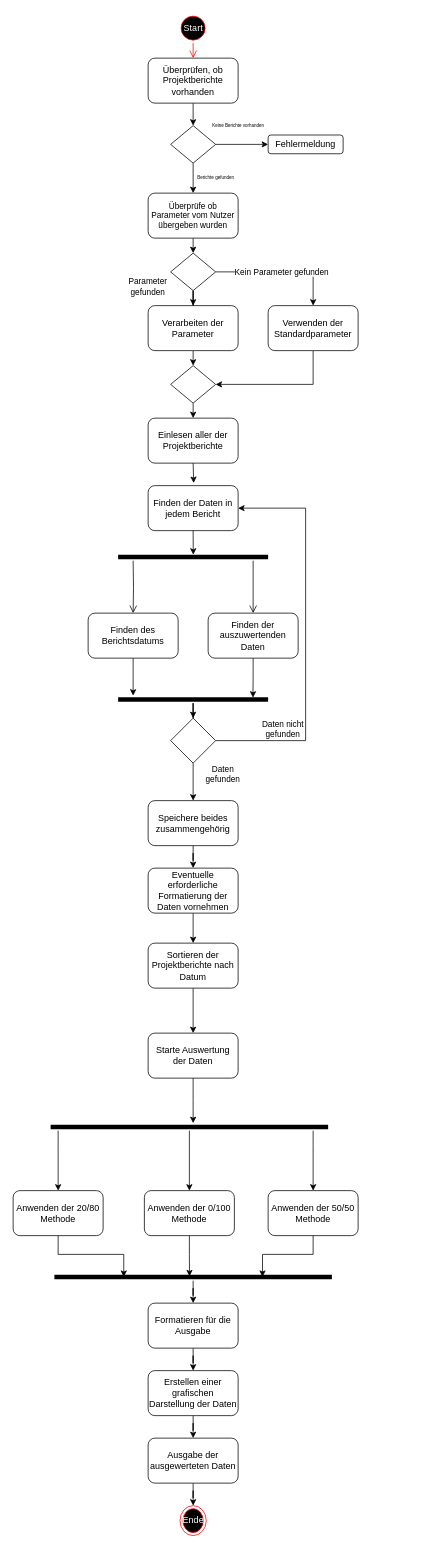
INKSec/Diagramme keeps this draw.io diagram as activity.drawio. Above is the earlier version. Source tidied: cells renumbered, new cells numbered last; positions are measured from the earlier drawing's top-left corner, leaving out a move shared by most shapes. Both pictures are drawn from the tidied source at 75%, with x=0, y=0 at pixel (13, 13).
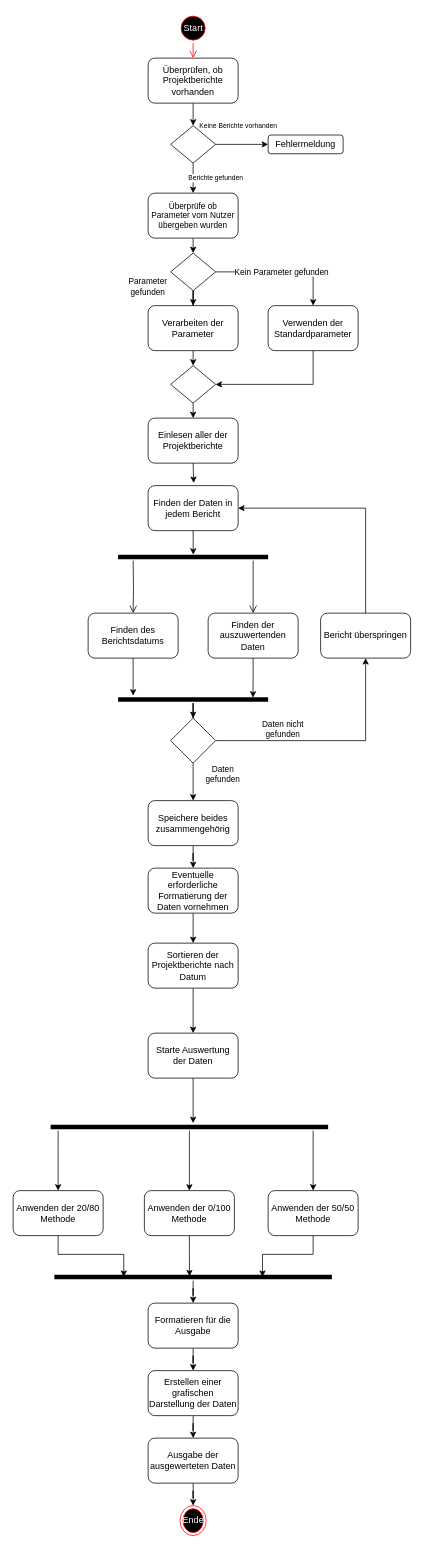
Above is the later version.

The change refers to these unchanged cells:
```xml
<mxCell id="7" value="Überprüfe ob Parameter vom Nutzer übergeben wurden" style="rounded=1;whiteSpace=wrap;html=1;fontSize=11;" parent="1" vertex="1">
  <mxGeometry x="180" y="240" width="120" height="60" as="geometry" />
</mxCell>
<mxCell id="10" style="rhombus;whiteSpace=wrap;html=1;" parent="1" vertex="1">
  <mxGeometry x="210" y="150" width="60" height="50" as="geometry" />
</mxCell>
<mxCell id="11" value="Fehlermeldung" style="rounded=1;whiteSpace=wrap;html=1;" parent="1" vertex="1">
  <mxGeometry x="340" y="162.5" width="100" height="25" as="geometry" />
</mxCell>
<mxCell id="23" value="Finden der Daten in jedem Bericht" style="rounded=1;whiteSpace=wrap;html=1;" parent="1" vertex="1">
  <mxGeometry x="180" y="630" width="120" height="60" as="geometry" />
</mxCell>
<mxCell id="42" style="rhombus;whiteSpace=wrap;html=1;" parent="1" vertex="1">
  <mxGeometry x="210" y="940" width="60" height="60" as="geometry" />
</mxCell>
```

The edit, as a diff of the source:
```diff
@@
-    <mxCell id="8" value="Keine Berichte vorhanden" style="edgeStyle=orthogonalEdgeStyle;rounded=0;jettySize=auto;html=1;exitX=1;exitY=0.5;exitDx=0;exitDy=0;entryX=0;entryY=0.5;entryDx=0;entryDy=0;fontSize=6;" parent="1" edge="1" source="10" target="11">
+    <mxCell id="8" value="Keine Berichte vorhanden" style="edgeStyle=orthogonalEdgeStyle;rounded=0;jettySize=auto;html=1;exitX=1;exitY=0.5;exitDx=0;exitDy=0;entryX=0;entryY=0.5;entryDx=0;entryDy=0;fontSize=9;" parent="1" edge="1" source="10" target="11">
       <mxGeometry x="-0.14" y="25" relative="1" as="geometry" />
     </mxCell>
-    <mxCell id="9" value="Berichte gefunden" style="edgeStyle=orthogonalEdgeStyle;rounded=0;jettySize=auto;html=1;exitX=0.5;exitY=1;exitDx=0;exitDy=0;entryX=0.5;entryY=0;entryDx=0;entryDy=0;fontSize=6;" parent="1" edge="1" source="10" target="7">
+    <mxCell id="9" value="Berichte gefunden" style="edgeStyle=orthogonalEdgeStyle;rounded=0;jettySize=auto;html=1;exitX=0.5;exitY=1;exitDx=0;exitDy=0;entryX=0.5;entryY=0;entryDx=0;entryDy=0;fontSize=9;" parent="1" edge="1" source="10" target="7">
       <mxGeometry y="30" relative="1" as="geometry" />
     </mxCell>
@@
-    <mxCell id="41" style="edgeStyle=orthogonalEdgeStyle;rounded=0;jettySize=auto;html=1;entryX=1;entryY=0.5;entryDx=0;entryDy=0;" parent="1" edge="1" source="42" target="23">
+    <mxCell id="41" style="edgeStyle=orthogonalEdgeStyle;rounded=0;jettySize=auto;html=1;entryX=0.5;entryY=1;entryDx=0;entryDy=0;" parent="1" edge="1" source="42" target="68">
       <mxGeometry relative="1" as="geometry">
         <Array as="points">
-          <mxPoint x="390" y="970" />
-          <mxPoint x="390" y="660" />
+          <mxPoint x="470" y="970" />
         </Array>
       </mxGeometry>
     </mxCell>
@@
+    <mxCell id="67" style="edgeStyle=orthogonalEdgeStyle;rounded=0;jettySize=auto;html=1;entryX=1;entryY=0.5;entryDx=0;entryDy=0;" parent="1" edge="1" source="68" target="23">
+      <mxGeometry relative="1" as="geometry">
+        <Array as="points">
+          <mxPoint x="470" y="660" />
+        </Array>
+      </mxGeometry>
+    </mxCell>
+    <mxCell id="68" value="Bericht überspringen" style="rounded=1;whiteSpace=wrap;html=1;" parent="1" vertex="1">
+      <mxGeometry x="410" y="800" width="120" height="60" as="geometry" />
+    </mxCell>
```
